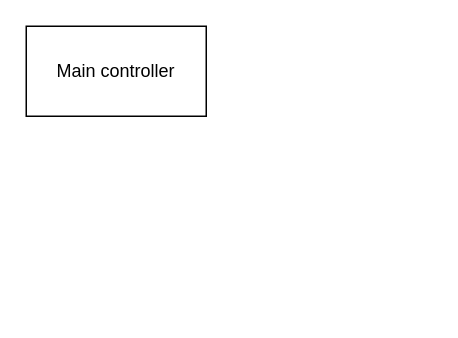
jimvermunt/jimvermunt keeps this draw.io diagram as Untitled Diagram.drawio. Above is the earlier version. Source tidied: cells renumbered, new cells numbered last; positions are measured from the earlier drawing's top-left corner, leaving out a move shared by most shapes. Both pictures are drawn from the tidied source at 150%, with x=0, y=0 at pixel (26, 26).
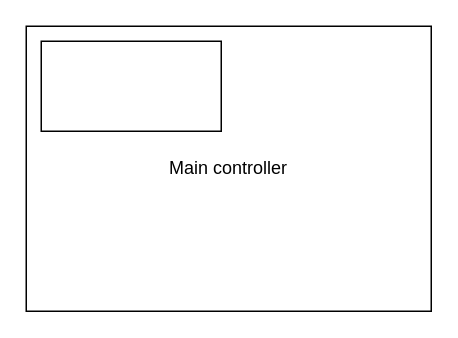
The same diagram, later.

The edit, as a diff of the source:
```diff
@@
 <mxGraphModel>
   <root>
     <mxCell id="0" />
     <mxCell id="1" parent="0" />
     <mxCell id="2" value="Main controller" style="rounded=0;whiteSpace=wrap;html=1;" parent="1" vertex="1">
-      <mxGeometry width="120" height="60" as="geometry" />
+      <mxGeometry width="270" height="190" as="geometry" />
     </mxCell>
+    <mxCell id="3" style="rounded=0;whiteSpace=wrap;html=1;" parent="1" vertex="1">
+      <mxGeometry x="10" y="10" width="120" height="60" as="geometry" />
+    </mxCell>
   </root>
 </mxGraphModel>
```
